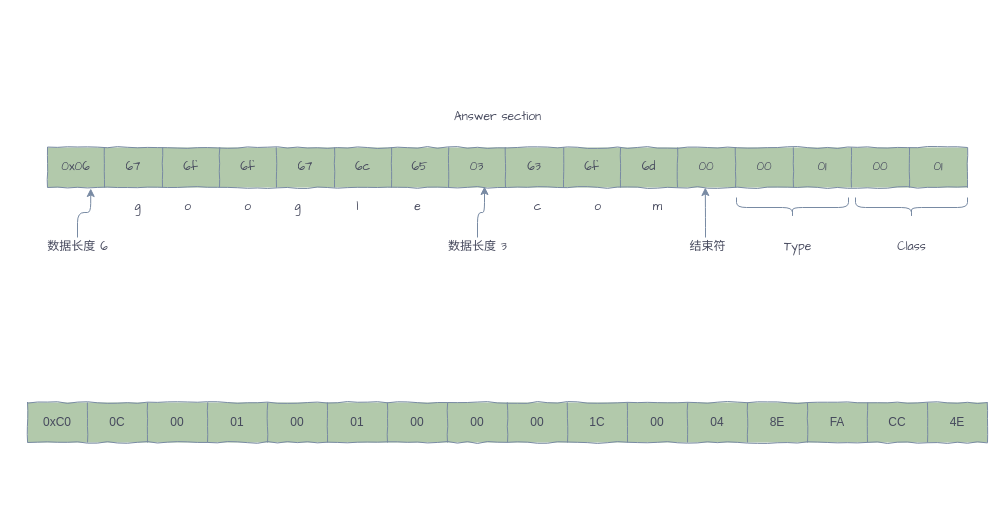
Earlier version of the draw.io diagram page "dns-body-rsp-example" (9 of 11) of dns.drawio (silan-liu/drawio). Source tidied: cells renumbered, new cells numbered last; positions are measured from the earlier drawing's top-left corner, leaving out a move shared by most shapes. Both pictures are drawn from the tidied source at 100%, with x=0, y=0 at pixel (27, 107).
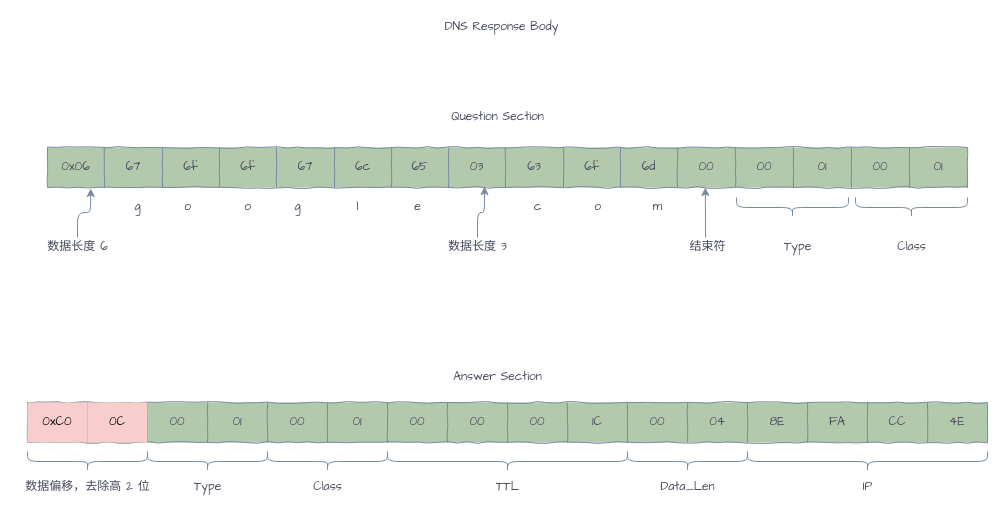
The same diagram, later.

Change to the diagram source:
```diff
@@
-    <mxCell id="39" value="Answer section" style="text;html=1;align=center;verticalAlign=middle;strokeColor=none;fontFamily=Comic Sans MS;fontColor=#46495D;" parent="1" vertex="1">
-      <mxGeometry x="420" width="100" height="20" as="geometry" />
+    <mxCell id="39" value="Question Section" style="text;html=1;align=center;verticalAlign=middle;strokeColor=none;fontFamily=Comic Sans MS;fontColor=#46495D;" parent="1" vertex="1">
+      <mxGeometry x="415" width="110" height="20" as="geometry" />
     </mxCell>
-    <mxCell id="40" style="shape=table;startSize=0;childLayout=tableLayout;comic=1;fillColor=#B2C9AB;strokeColor=#788AA3;fontColor=#46495D;" parent="1" vertex="1">
+    <mxCell id="40" style="shape=table;startSize=0;childLayout=tableLayout;comic=1;fillColor=#B2C9AB;strokeColor=#788AA3;fontColor=#46495D;fontFamily=Comic Sans MS;" parent="1" vertex="1">
       <mxGeometry y="295" width="960" height="40" as="geometry" />
     </mxCell>
-    <mxCell id="41" style="shape=partialRectangle;fillColor=none;top=0;left=0;bottom=0;right=0;strokeColor=#788AA3;fontColor=#46495D;" parent="40" vertex="1">
+    <mxCell id="41" style="shape=partialRectangle;fillColor=none;top=0;left=0;bottom=0;right=0;strokeColor=#788AA3;fontColor=#46495D;fontFamily=Comic Sans MS;" parent="40" vertex="1">
       <mxGeometry width="960" height="40" as="geometry" />
     </mxCell>
-    <mxCell id="42" value="0xC0" style="shape=partialRectangle;html=1;whiteSpace=wrap;overflow=hidden;fillColor=none;top=0;left=0;bottom=0;right=0;strokeColor=#788AA3;fontColor=#46495D;" parent="41" vertex="1">
+    <mxCell id="42" value="0xC0" style="shape=partialRectangle;html=1;whiteSpace=wrap;overflow=hidden;fillColor=#f8cecc;top=0;left=0;bottom=0;right=0;strokeColor=#b85450;fontFamily=Comic Sans MS;" parent="41" vertex="1">
       <mxGeometry width="60" height="40" as="geometry" />
     </mxCell>
-    <mxCell id="43" value="0C" style="shape=partialRectangle;html=1;whiteSpace=wrap;overflow=hidden;fillColor=none;top=0;left=0;bottom=0;right=0;strokeColor=#788AA3;fontColor=#46495D;" parent="41" vertex="1">
+    <mxCell id="43" value="0C" style="shape=partialRectangle;html=1;whiteSpace=wrap;overflow=hidden;fillColor=#f8cecc;top=0;left=0;bottom=0;right=0;strokeColor=#b85450;fontFamily=Comic Sans MS;" parent="41" vertex="1">
       <mxGeometry x="60" width="60" height="40" as="geometry" />
     </mxCell>
-    <mxCell id="44" value="00" style="shape=partialRectangle;html=1;whiteSpace=wrap;overflow=hidden;fillColor=none;top=0;left=0;bottom=0;right=0;strokeColor=#788AA3;fontColor=#46495D;" parent="41" vertex="1">
+    <mxCell id="44" value="00" style="shape=partialRectangle;html=1;whiteSpace=wrap;overflow=hidden;fillColor=none;top=0;left=0;bottom=0;right=0;strokeColor=#788AA3;fontColor=#46495D;fontFamily=Comic Sans MS;" parent="41" vertex="1">
       <mxGeometry x="120" width="60" height="40" as="geometry" />
     </mxCell>
-    <mxCell id="45" value="01" style="shape=partialRectangle;html=1;whiteSpace=wrap;overflow=hidden;fillColor=none;top=0;left=0;bottom=0;right=0;strokeColor=#788AA3;fontColor=#46495D;" parent="41" vertex="1">
+    <mxCell id="45" value="01" style="shape=partialRectangle;html=1;whiteSpace=wrap;overflow=hidden;fillColor=none;top=0;left=0;bottom=0;right=0;strokeColor=#788AA3;fontColor=#46495D;fontFamily=Comic Sans MS;" parent="41" vertex="1">
       <mxGeometry x="180" width="60" height="40" as="geometry" />
     </mxCell>
-    <mxCell id="46" value="00" style="shape=partialRectangle;html=1;whiteSpace=wrap;overflow=hidden;fillColor=none;top=0;left=0;bottom=0;right=0;strokeColor=#788AA3;fontColor=#46495D;" parent="41" vertex="1">
+    <mxCell id="46" value="00" style="shape=partialRectangle;html=1;whiteSpace=wrap;overflow=hidden;fillColor=none;top=0;left=0;bottom=0;right=0;strokeColor=#788AA3;fontColor=#46495D;fontFamily=Comic Sans MS;" parent="41" vertex="1">
       <mxGeometry x="240" width="60" height="40" as="geometry" />
     </mxCell>
-    <mxCell id="47" value="01" style="shape=partialRectangle;html=1;whiteSpace=wrap;overflow=hidden;fillColor=none;top=0;left=0;bottom=0;right=0;strokeColor=#788AA3;fontColor=#46495D;" parent="41" vertex="1">
+    <mxCell id="47" value="01" style="shape=partialRectangle;html=1;whiteSpace=wrap;overflow=hidden;fillColor=none;top=0;left=0;bottom=0;right=0;strokeColor=#788AA3;fontColor=#46495D;fontFamily=Comic Sans MS;" parent="41" vertex="1">
       <mxGeometry x="300" width="60" height="40" as="geometry" />
     </mxCell>
-    <mxCell id="48" value="00" style="shape=partialRectangle;html=1;whiteSpace=wrap;overflow=hidden;fillColor=none;top=0;left=0;bottom=0;right=0;strokeColor=#788AA3;fontColor=#46495D;" parent="41" vertex="1">
+    <mxCell id="48" value="00" style="shape=partialRectangle;html=1;whiteSpace=wrap;overflow=hidden;fillColor=none;top=0;left=0;bottom=0;right=0;strokeColor=#788AA3;fontColor=#46495D;fontFamily=Comic Sans MS;" parent="41" vertex="1">
       <mxGeometry x="360" width="60" height="40" as="geometry" />
     </mxCell>
-    <mxCell id="49" value="00" style="shape=partialRectangle;html=1;whiteSpace=wrap;overflow=hidden;fillColor=none;top=0;left=0;bottom=0;right=0;strokeColor=#788AA3;fontColor=#46495D;" parent="41" vertex="1">
+    <mxCell id="49" value="00" style="shape=partialRectangle;html=1;whiteSpace=wrap;overflow=hidden;fillColor=none;top=0;left=0;bottom=0;right=0;strokeColor=#788AA3;fontColor=#46495D;fontFamily=Comic Sans MS;" parent="41" vertex="1">
       <mxGeometry x="420" width="60" height="40" as="geometry" />
     </mxCell>
-    <mxCell id="50" value="00" style="shape=partialRectangle;html=1;whiteSpace=wrap;overflow=hidden;fillColor=none;top=0;left=0;bottom=0;right=0;strokeColor=#788AA3;fontColor=#46495D;" parent="41" vertex="1">
+    <mxCell id="50" value="00" style="shape=partialRectangle;html=1;whiteSpace=wrap;overflow=hidden;fillColor=none;top=0;left=0;bottom=0;right=0;strokeColor=#788AA3;fontColor=#46495D;fontFamily=Comic Sans MS;" parent="41" vertex="1">
       <mxGeometry x="480" width="60" height="40" as="geometry" />
     </mxCell>
-    <mxCell id="51" value="1C" style="shape=partialRectangle;html=1;whiteSpace=wrap;overflow=hidden;fillColor=none;top=0;left=0;bottom=0;right=0;strokeColor=#788AA3;fontColor=#46495D;" parent="41" vertex="1">
+    <mxCell id="51" value="1C" style="shape=partialRectangle;html=1;whiteSpace=wrap;overflow=hidden;fillColor=none;top=0;left=0;bottom=0;right=0;strokeColor=#788AA3;fontColor=#46495D;fontFamily=Comic Sans MS;" parent="41" vertex="1">
       <mxGeometry x="540" width="60" height="40" as="geometry" />
     </mxCell>
-    <mxCell id="52" value="00" style="shape=partialRectangle;html=1;whiteSpace=wrap;overflow=hidden;fillColor=none;top=0;left=0;bottom=0;right=0;strokeColor=#788AA3;fontColor=#46495D;" parent="41" vertex="1">
+    <mxCell id="52" value="00" style="shape=partialRectangle;html=1;whiteSpace=wrap;overflow=hidden;fillColor=none;top=0;left=0;bottom=0;right=0;strokeColor=#788AA3;fontColor=#46495D;fontFamily=Comic Sans MS;" parent="41" vertex="1">
       <mxGeometry x="600" width="60" height="40" as="geometry" />
     </mxCell>
-    <mxCell id="53" value="04" style="shape=partialRectangle;html=1;whiteSpace=wrap;overflow=hidden;fillColor=none;top=0;left=0;bottom=0;right=0;strokeColor=#788AA3;fontColor=#46495D;" parent="41" vertex="1">
+    <mxCell id="53" value="04" style="shape=partialRectangle;html=1;whiteSpace=wrap;overflow=hidden;fillColor=none;top=0;left=0;bottom=0;right=0;strokeColor=#788AA3;fontColor=#46495D;fontFamily=Comic Sans MS;" parent="41" vertex="1">
       <mxGeometry x="660" width="60" height="40" as="geometry" />
     </mxCell>
-    <mxCell id="54" value="8E" style="shape=partialRectangle;html=1;whiteSpace=wrap;overflow=hidden;fillColor=none;top=0;left=0;bottom=0;right=0;strokeColor=#788AA3;fontColor=#46495D;" parent="41" vertex="1">
+    <mxCell id="54" value="8E" style="shape=partialRectangle;html=1;whiteSpace=wrap;overflow=hidden;fillColor=none;top=0;left=0;bottom=0;right=0;strokeColor=#788AA3;fontColor=#46495D;fontFamily=Comic Sans MS;" parent="41" vertex="1">
       <mxGeometry x="720" width="60" height="40" as="geometry" />
     </mxCell>
-    <mxCell id="55" value="FA" style="shape=partialRectangle;html=1;whiteSpace=wrap;overflow=hidden;fillColor=none;top=0;left=0;bottom=0;right=0;strokeColor=#788AA3;fontColor=#46495D;" parent="41" vertex="1">
+    <mxCell id="55" value="FA" style="shape=partialRectangle;html=1;whiteSpace=wrap;overflow=hidden;fillColor=none;top=0;left=0;bottom=0;right=0;strokeColor=#788AA3;fontColor=#46495D;fontFamily=Comic Sans MS;" parent="41" vertex="1">
       <mxGeometry x="780" width="60" height="40" as="geometry" />
     </mxCell>
-    <mxCell id="56" value="CC" style="shape=partialRectangle;html=1;whiteSpace=wrap;overflow=hidden;fillColor=none;top=0;left=0;bottom=0;right=0;strokeColor=#788AA3;fontColor=#46495D;" parent="41" vertex="1">
+    <mxCell id="56" value="CC" style="shape=partialRectangle;html=1;whiteSpace=wrap;overflow=hidden;fillColor=none;top=0;left=0;bottom=0;right=0;strokeColor=#788AA3;fontColor=#46495D;fontFamily=Comic Sans MS;" parent="41" vertex="1">
       <mxGeometry x="840" width="60" height="40" as="geometry" />
     </mxCell>
-    <mxCell id="57" value="4E" style="shape=partialRectangle;html=1;whiteSpace=wrap;overflow=hidden;fillColor=none;top=0;left=0;bottom=0;right=0;strokeColor=#788AA3;fontColor=#46495D;" parent="41" vertex="1">
+    <mxCell id="57" value="4E" style="shape=partialRectangle;html=1;whiteSpace=wrap;overflow=hidden;fillColor=none;top=0;left=0;bottom=0;right=0;strokeColor=#788AA3;fontColor=#46495D;fontFamily=Comic Sans MS;" parent="41" vertex="1">
       <mxGeometry x="900" width="60" height="40" as="geometry" />
     </mxCell>
+    <mxCell id="58" value="Answer Section" style="text;html=1;align=center;verticalAlign=middle;strokeColor=none;fontColor=#46495D;fontFamily=Comic Sans MS;" parent="1" vertex="1">
+      <mxGeometry x="420" y="260" width="100" height="20" as="geometry" />
+    </mxCell>
+    <mxCell id="59" style="shape=curlyBracket;whiteSpace=wrap;html=1;rounded=1;flipH=1;sketch=0;fontFamily=Comic Sans MS;fontColor=#46495D;strokeColor=#788AA3;fillColor=#B2C9AB;direction=north;" parent="1" vertex="1">
+      <mxGeometry y="344" width="120" height="20" as="geometry" />
+    </mxCell>
+    <mxCell id="60" value="数据偏移，去除高 2 位" style="text;html=1;align=center;verticalAlign=middle;strokeColor=none;fontFamily=Comic Sans MS;fontColor=#46495D;" parent="1" vertex="1">
+      <mxGeometry x="-10" y="370" width="140" height="20" as="geometry" />
+    </mxCell>
+    <mxCell id="61" style="shape=curlyBracket;whiteSpace=wrap;html=1;rounded=1;flipH=1;sketch=0;fontFamily=Comic Sans MS;fontColor=#46495D;strokeColor=#788AA3;fillColor=#B2C9AB;direction=north;" parent="1" vertex="1">
+      <mxGeometry x="120" y="344" width="120" height="20" as="geometry" />
+    </mxCell>
+    <mxCell id="62" style="shape=curlyBracket;whiteSpace=wrap;html=1;rounded=1;flipH=1;sketch=0;fontFamily=Comic Sans MS;fontColor=#46495D;strokeColor=#788AA3;fillColor=#B2C9AB;direction=north;" parent="1" vertex="1">
+      <mxGeometry x="240" y="344" width="120" height="20" as="geometry" />
+    </mxCell>
+    <mxCell id="63" value="Type" style="text;html=1;align=center;verticalAlign=middle;strokeColor=none;fontFamily=Comic Sans MS;fontColor=#46495D;" parent="1" vertex="1">
+      <mxGeometry x="160" y="370" width="40" height="20" as="geometry" />
+    </mxCell>
+    <mxCell id="64" value="Class" style="text;html=1;align=center;verticalAlign=middle;strokeColor=none;fontFamily=Comic Sans MS;fontColor=#46495D;" parent="1" vertex="1">
+      <mxGeometry x="280" y="370" width="40" height="20" as="geometry" />
+    </mxCell>
+    <mxCell id="65" style="shape=curlyBracket;whiteSpace=wrap;html=1;rounded=1;flipH=1;sketch=0;fontFamily=Comic Sans MS;fontColor=#46495D;strokeColor=#788AA3;fillColor=#B2C9AB;direction=north;" parent="1" vertex="1">
+      <mxGeometry x="360" y="344" width="240" height="20" as="geometry" />
+    </mxCell>
+    <mxCell id="66" value="TTL" style="text;html=1;align=center;verticalAlign=middle;strokeColor=none;fontFamily=Comic Sans MS;fontColor=#46495D;" parent="1" vertex="1">
+      <mxGeometry x="460" y="370" width="40" height="20" as="geometry" />
+    </mxCell>
+    <mxCell id="67" style="shape=curlyBracket;whiteSpace=wrap;html=1;rounded=1;flipH=1;sketch=0;fontFamily=Comic Sans MS;fontColor=#46495D;strokeColor=#788AA3;fillColor=#B2C9AB;direction=north;" parent="1" vertex="1">
+      <mxGeometry x="600" y="344" width="120" height="20" as="geometry" />
+    </mxCell>
+    <mxCell id="68" value="Data_Len" style="text;html=1;align=center;verticalAlign=middle;strokeColor=none;fontFamily=Comic Sans MS;fontColor=#46495D;" parent="1" vertex="1">
+      <mxGeometry x="625" y="370" width="70" height="20" as="geometry" />
+    </mxCell>
+    <mxCell id="69" style="shape=curlyBracket;whiteSpace=wrap;html=1;rounded=1;flipH=1;sketch=0;fontFamily=Comic Sans MS;fontColor=#46495D;strokeColor=#788AA3;fillColor=#B2C9AB;direction=north;" parent="1" vertex="1">
+      <mxGeometry x="720" y="344" width="240" height="20" as="geometry" />
+    </mxCell>
+    <mxCell id="70" value="IP" style="text;html=1;align=center;verticalAlign=middle;strokeColor=none;fontFamily=Comic Sans MS;fontColor=#46495D;" parent="1" vertex="1">
+      <mxGeometry x="825" y="370" width="30" height="20" as="geometry" />
+    </mxCell>
+    <mxCell id="71" value="DNS Response Body" style="text;html=1;align=center;verticalAlign=middle;strokeColor=none;fontFamily=Comic Sans MS;fontColor=#46495D;" parent="1" vertex="1">
+      <mxGeometry x="409" y="-90" width="130" height="20" as="geometry" />
+    </mxCell>
```
